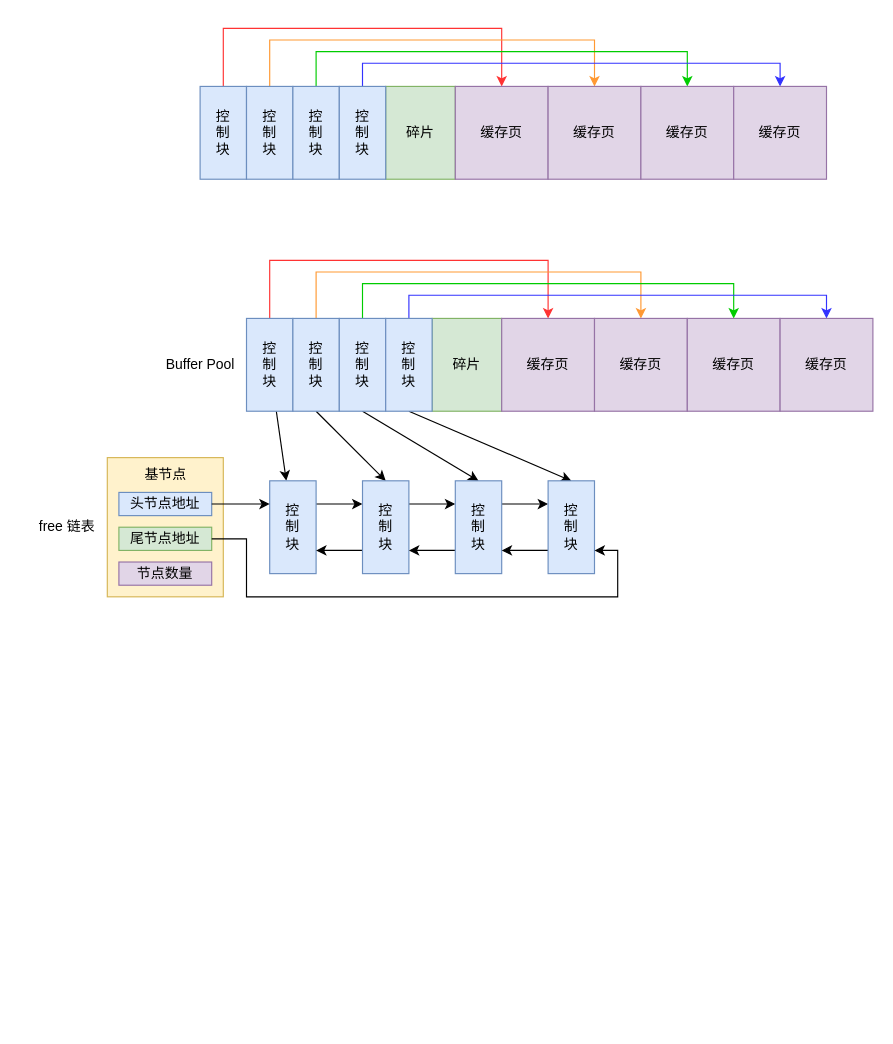
zero-97/picture-of-the-article keeps this draw.io diagram as InnoDB 的 Buffer Pool/InnoDB 的 Buffer Pool.drawio. Above is the earlier version. Source tidied: cells renumbered, new cells numbered last; positions are measured from the earlier drawing's top-left corner, leaving out a move shared by most shapes. Both pictures are drawn from the tidied source at 116%, with x=0, y=0 at pixel (26, 28).
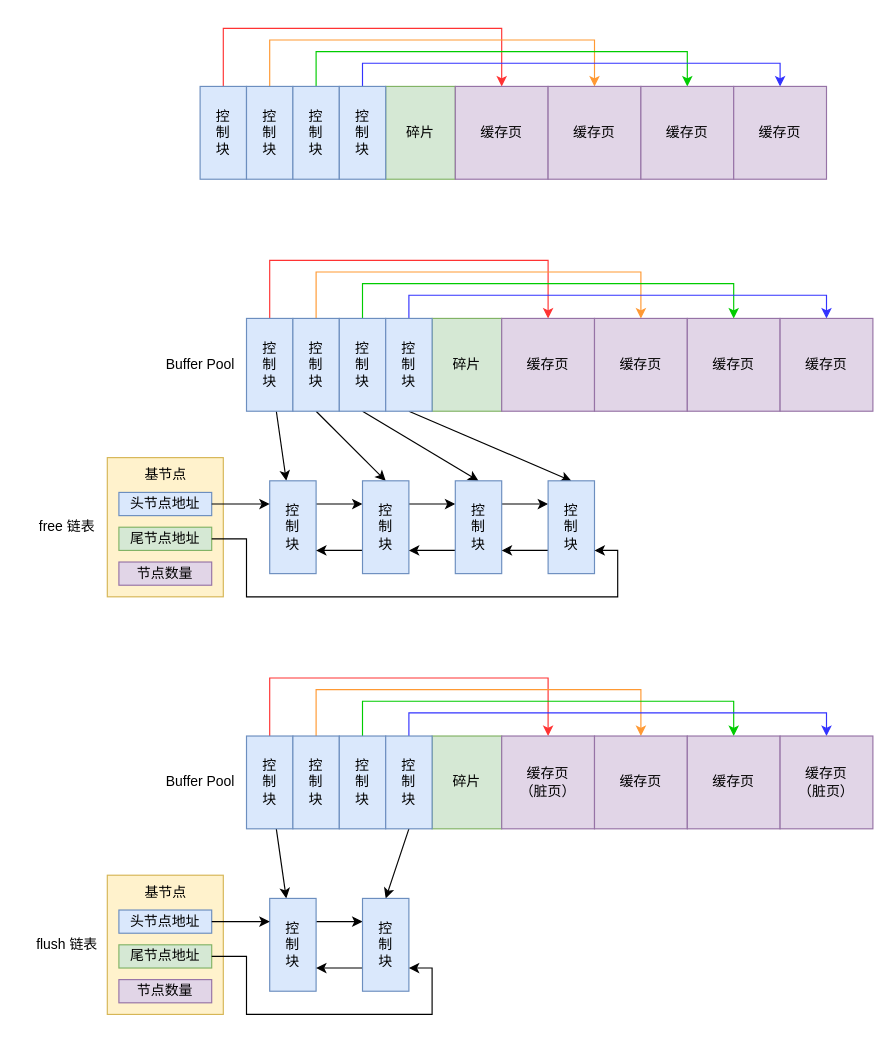
Above is the later version.

The edit, as a diff of the source:
```diff
@@
+    <mxCell id="52" value="Buffer Pool" style="text;html=1;align=center;verticalAlign=middle;strokeColor=none;fillColor=none;" parent="1" vertex="1">
+      <mxGeometry x="110" y="635" width="80" height="30" as="geometry" />
+    </mxCell>
+    <mxCell id="53" value="flush 链表" style="text;html=1;align=center;verticalAlign=middle;strokeColor=none;fillColor=none;" parent="1" vertex="1">
+      <mxGeometry x="-5" y="775" width="80" height="30" as="geometry" />
+    </mxCell>
+    <mxCell id="54" style="edgeStyle=orthogonalEdgeStyle;rounded=0;jettySize=auto;html=1;entryX=0.5;entryY=0;entryDx=0;entryDy=0;strokeColor=#FF3333;" parent="1" edge="1" source="56" target="65">
+      <mxGeometry relative="1" as="geometry">
+        <Array as="points">
+          <mxPoint x="210" y="560" />
+          <mxPoint x="450" y="560" />
+        </Array>
+      </mxGeometry>
+    </mxCell>
+    <mxCell id="55" style="rounded=0;jettySize=auto;html=1;strokeColor=#000000;" parent="1" edge="1" source="56" target="76">
+      <mxGeometry relative="1" as="geometry" />
+    </mxCell>
+    <mxCell id="56" value="控&lt;br&gt;制&lt;br&gt;块" style="rounded=0;whiteSpace=wrap;html=1;fillColor=#dae8fc;strokeColor=#6c8ebf;" parent="1" vertex="1">
+      <mxGeometry x="190" y="610" width="40" height="80" as="geometry" />
+    </mxCell>
+    <mxCell id="57" style="edgeStyle=orthogonalEdgeStyle;rounded=0;jettySize=auto;html=1;entryX=0.5;entryY=0;entryDx=0;entryDy=0;strokeColor=#FF9933;" parent="1" edge="1" source="58" target="66">
+      <mxGeometry relative="1" as="geometry">
+        <Array as="points">
+          <mxPoint x="250" y="570" />
+          <mxPoint x="530" y="570" />
+        </Array>
+      </mxGeometry>
+    </mxCell>
+    <mxCell id="58" value="控&lt;br&gt;制&lt;br&gt;块" style="rounded=0;whiteSpace=wrap;html=1;fillColor=#dae8fc;strokeColor=#6c8ebf;" parent="1" vertex="1">
+      <mxGeometry x="230" y="610" width="40" height="80" as="geometry" />
+    </mxCell>
+    <mxCell id="59" style="edgeStyle=orthogonalEdgeStyle;rounded=0;jettySize=auto;html=1;entryX=0.5;entryY=0;entryDx=0;entryDy=0;strokeColor=#00CC00;" parent="1" edge="1" source="60" target="67">
+      <mxGeometry relative="1" as="geometry">
+        <Array as="points">
+          <mxPoint x="290" y="580" />
+          <mxPoint x="610" y="580" />
+        </Array>
+      </mxGeometry>
+    </mxCell>
+    <mxCell id="60" value="控&lt;br&gt;制&lt;br&gt;块" style="rounded=0;whiteSpace=wrap;html=1;fillColor=#dae8fc;strokeColor=#6c8ebf;" parent="1" vertex="1">
+      <mxGeometry x="270" y="610" width="40" height="80" as="geometry" />
+    </mxCell>
+    <mxCell id="61" value="碎片" style="rounded=0;whiteSpace=wrap;html=1;fillColor=#d5e8d4;strokeColor=#82b366;" parent="1" vertex="1">
+      <mxGeometry x="350" y="610" width="60" height="80" as="geometry" />
+    </mxCell>
+    <mxCell id="62" style="edgeStyle=orthogonalEdgeStyle;rounded=0;jettySize=auto;html=1;entryX=0.5;entryY=0;entryDx=0;entryDy=0;strokeColor=#3333FF;" parent="1" edge="1" source="64" target="68">
+      <mxGeometry relative="1" as="geometry">
+        <Array as="points">
+          <mxPoint x="330" y="590" />
+          <mxPoint x="690" y="590" />
+        </Array>
+      </mxGeometry>
+    </mxCell>
+    <mxCell id="63" style="rounded=0;jettySize=auto;html=1;strokeColor=#000000;entryX=0.5;entryY=0;entryDx=0;entryDy=0;exitX=0.5;exitY=1;exitDx=0;exitDy=0;" parent="1" edge="1" source="64" target="78">
+      <mxGeometry relative="1" as="geometry" />
+    </mxCell>
+    <mxCell id="64" value="控&lt;br&gt;制&lt;br&gt;块" style="rounded=0;whiteSpace=wrap;html=1;fillColor=#dae8fc;strokeColor=#6c8ebf;" parent="1" vertex="1">
+      <mxGeometry x="310" y="610" width="40" height="80" as="geometry" />
+    </mxCell>
+    <mxCell id="65" value="缓存页&lt;br&gt;（脏页）" style="rounded=0;whiteSpace=wrap;html=1;fillColor=#e1d5e7;strokeColor=#9673a6;" parent="1" vertex="1">
+      <mxGeometry x="410" y="610" width="80" height="80" as="geometry" />
+    </mxCell>
+    <mxCell id="66" value="缓存页" style="rounded=0;whiteSpace=wrap;html=1;fillColor=#e1d5e7;strokeColor=#9673a6;" parent="1" vertex="1">
+      <mxGeometry x="490" y="610" width="80" height="80" as="geometry" />
+    </mxCell>
+    <mxCell id="67" value="缓存页" style="rounded=0;whiteSpace=wrap;html=1;fillColor=#e1d5e7;strokeColor=#9673a6;" parent="1" vertex="1">
+      <mxGeometry x="570" y="610" width="80" height="80" as="geometry" />
+    </mxCell>
+    <mxCell id="68" value="缓存页&lt;br&gt;（脏页）" style="rounded=0;whiteSpace=wrap;html=1;fillColor=#e1d5e7;strokeColor=#9673a6;" parent="1" vertex="1">
+      <mxGeometry x="650" y="610" width="80" height="80" as="geometry" />
+    </mxCell>
+    <mxCell id="69" style="group;" parent="1" vertex="1">
+      <mxGeometry x="70" y="730" width="100" height="120" as="geometry" />
+    </mxCell>
+    <mxCell id="70" style="rounded=0;whiteSpace=wrap;html=1;fillColor=#fff2cc;strokeColor=#d6b656;" parent="69" vertex="1">
+      <mxGeometry width="100" height="120" as="geometry" />
+    </mxCell>
+    <mxCell id="71" value="头节点地址" style="rounded=0;whiteSpace=wrap;html=1;fillColor=#dae8fc;strokeColor=#6c8ebf;" parent="69" vertex="1">
+      <mxGeometry x="10" y="30" width="80" height="20" as="geometry" />
+    </mxCell>
+    <mxCell id="72" value="尾节点地址" style="rounded=0;whiteSpace=wrap;html=1;fillColor=#d5e8d4;strokeColor=#82b366;" parent="69" vertex="1">
+      <mxGeometry x="10" y="60" width="80" height="20" as="geometry" />
+    </mxCell>
+    <mxCell id="73" value="节点数量" style="rounded=0;whiteSpace=wrap;html=1;fillColor=#e1d5e7;strokeColor=#9673a6;" parent="69" vertex="1">
+      <mxGeometry x="10" y="90" width="80" height="20" as="geometry" />
+    </mxCell>
+    <mxCell id="74" value="基节点" style="text;html=1;align=center;verticalAlign=middle;strokeColor=none;fillColor=none;" parent="69" vertex="1">
+      <mxGeometry x="20" width="60" height="30" as="geometry" />
+    </mxCell>
+    <mxCell id="75" style="edgeStyle=none;rounded=0;jettySize=auto;html=1;strokeColor=#000000;entryX=0;entryY=0.25;entryDx=0;entryDy=0;" parent="1" edge="1" target="78">
+      <mxGeometry relative="1" as="geometry">
+        <mxPoint x="250" y="770" as="sourcePoint" />
+      </mxGeometry>
+    </mxCell>
+    <mxCell id="76" value="控&lt;br&gt;制&lt;br&gt;块" style="rounded=0;whiteSpace=wrap;html=1;fillColor=#dae8fc;strokeColor=#6c8ebf;" parent="1" vertex="1">
+      <mxGeometry x="210" y="750" width="40" height="80" as="geometry" />
+    </mxCell>
+    <mxCell id="77" style="edgeStyle=orthogonalEdgeStyle;rounded=0;jettySize=auto;html=1;entryX=1;entryY=0.75;entryDx=0;entryDy=0;strokeColor=#000000;exitX=0;exitY=0.75;exitDx=0;exitDy=0;" parent="1" edge="1" source="78" target="76">
+      <mxGeometry relative="1" as="geometry" />
+    </mxCell>
+    <mxCell id="78" value="控&lt;br&gt;制&lt;br&gt;块" style="rounded=0;whiteSpace=wrap;html=1;fillColor=#dae8fc;strokeColor=#6c8ebf;" parent="1" vertex="1">
+      <mxGeometry x="290" y="750" width="40" height="80" as="geometry" />
+    </mxCell>
+    <mxCell id="79" style="edgeStyle=none;rounded=0;jettySize=auto;html=1;entryX=0;entryY=0.25;entryDx=0;entryDy=0;strokeColor=#000000;" parent="1" edge="1" source="71" target="76">
+      <mxGeometry relative="1" as="geometry" />
+    </mxCell>
+    <mxCell id="80" style="edgeStyle=orthogonalEdgeStyle;rounded=0;jettySize=auto;html=1;strokeColor=#000000;" parent="1" edge="1" source="72">
+      <mxGeometry relative="1" as="geometry">
+        <mxPoint x="330" y="810" as="targetPoint" />
+        <Array as="points">
+          <mxPoint x="190" y="800" />
+          <mxPoint x="190" y="850" />
+          <mxPoint x="350" y="850" />
+          <mxPoint x="350" y="810" />
+        </Array>
+      </mxGeometry>
+    </mxCell>
```
